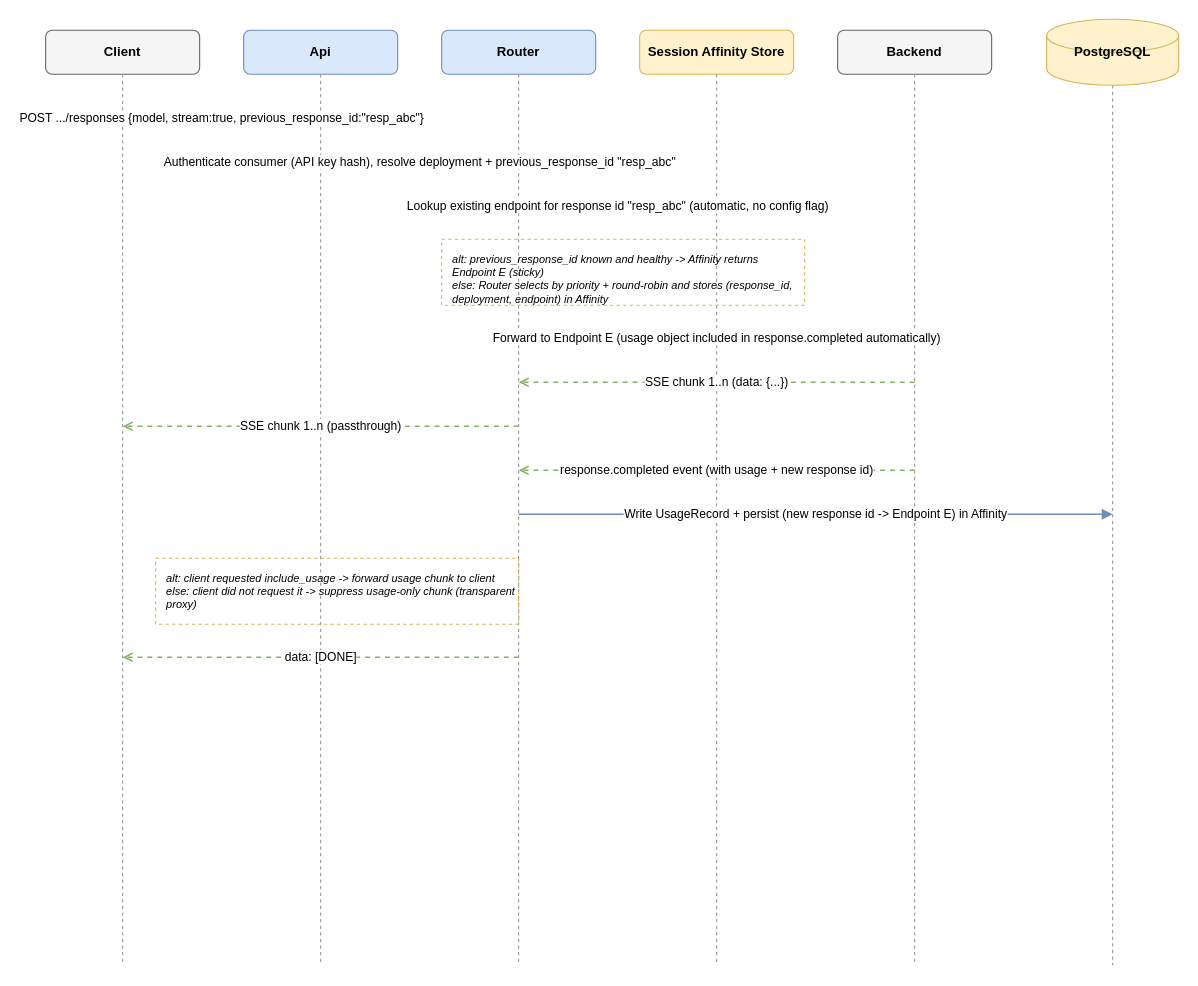
azureholic/AIProxyPlus keeps this draw.io diagram as specs/architecture/diagrams/04-sequence-streaming-sticky-usage.drawio. Above is the earlier version. Source tidied: cells renumbered, new cells numbered last; positions are measured from the earlier drawing's top-left corner, leaving out a move shared by most shapes. Both pictures are drawn from the tidied source at 110%, with x=0, y=0 at pixel (45, 19).
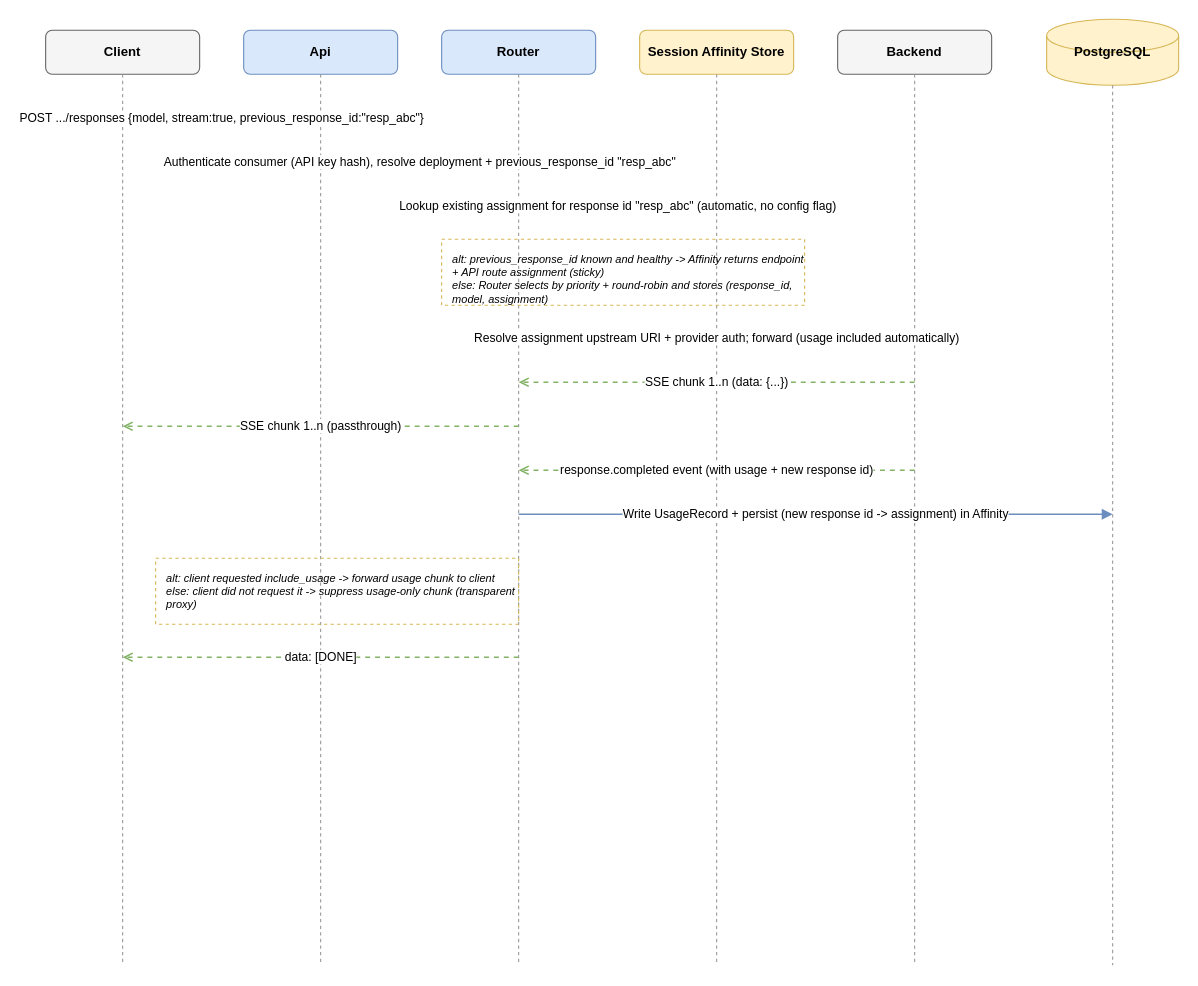
After the change.

Change to the diagram source:
```diff
@@
-    <mxCell id="16" value="Lookup existing endpoint for response id &quot;resp_abc&quot; (automatic, no config flag)" style="html=1;endArrow=block;strokeColor=#6c8ebf;strokeWidth=1.5;fontSize=11;" parent="1" edge="1">
+    <mxCell id="16" value="Lookup existing assignment for response id &quot;resp_abc&quot; (automatic, no config flag)" style="html=1;endArrow=block;strokeColor=#6c8ebf;strokeWidth=1.5;fontSize=11;" parent="1" edge="1">
       <mxGeometry relative="1" as="geometry">
         <mxPoint x="430" y="170" as="sourcePoint" />
         <mxPoint x="610" y="170" as="targetPoint" />
       </mxGeometry>
     </mxCell>
-    <mxCell id="17" value="alt: previous_response_id known and healthy -&gt; Affinity returns Endpoint E (sticky)&#10;else: Router selects by priority + round-robin and stores (response_id, deployment, endpoint) in Affinity" style="rounded=0;whiteSpace=wrap;html=1;fillColor=none;strokeColor=#d6b656;dashed=1;align=left;verticalAlign=top;spacingLeft=8;spacingTop=6;fontSize=10;fontStyle=2;" parent="1" vertex="1">
+    <mxCell id="17" value="alt: previous_response_id known and healthy -&gt; Affinity returns endpoint + API route assignment (sticky)&#10;else: Router selects by priority + round-robin and stores (response_id, model, assignment)" style="rounded=0;whiteSpace=wrap;html=1;fillColor=none;strokeColor=#d6b656;dashed=1;align=left;verticalAlign=top;spacingLeft=8;spacingTop=6;fontSize=10;fontStyle=2;" parent="1" vertex="1">
       <mxGeometry x="360" y="200" width="330" height="60" as="geometry" />
     </mxCell>
-    <mxCell id="18" value="Forward to Endpoint E (usage object included in response.completed automatically)" style="html=1;endArrow=block;strokeColor=#6c8ebf;strokeWidth=1.5;fontSize=11;" parent="1" edge="1">
+    <mxCell id="18" value="Resolve assignment upstream URI + provider auth; forward (usage included automatically)" style="html=1;endArrow=block;strokeColor=#6c8ebf;strokeWidth=1.5;fontSize=11;" parent="1" edge="1">
       <mxGeometry relative="1" as="geometry">
         <mxPoint x="430" y="290" as="sourcePoint" />
         <mxPoint x="790" y="290" as="targetPoint" />
       </mxGeometry>
     </mxCell>
@@
-    <mxCell id="22" value="Write UsageRecord + persist (new response id -&gt; Endpoint E) in Affinity" style="html=1;endArrow=block;strokeColor=#6c8ebf;strokeWidth=1.5;fontSize=11;" parent="1" edge="1">
+    <mxCell id="22" value="Write UsageRecord + persist (new response id -&gt; assignment) in Affinity" style="html=1;endArrow=block;strokeColor=#6c8ebf;strokeWidth=1.5;fontSize=11;" parent="1" edge="1">
       <mxGeometry relative="1" as="geometry">
         <mxPoint x="430" y="450" as="sourcePoint" />
         <mxPoint x="970" y="450" as="targetPoint" />
       </mxGeometry>
     </mxCell>
```
